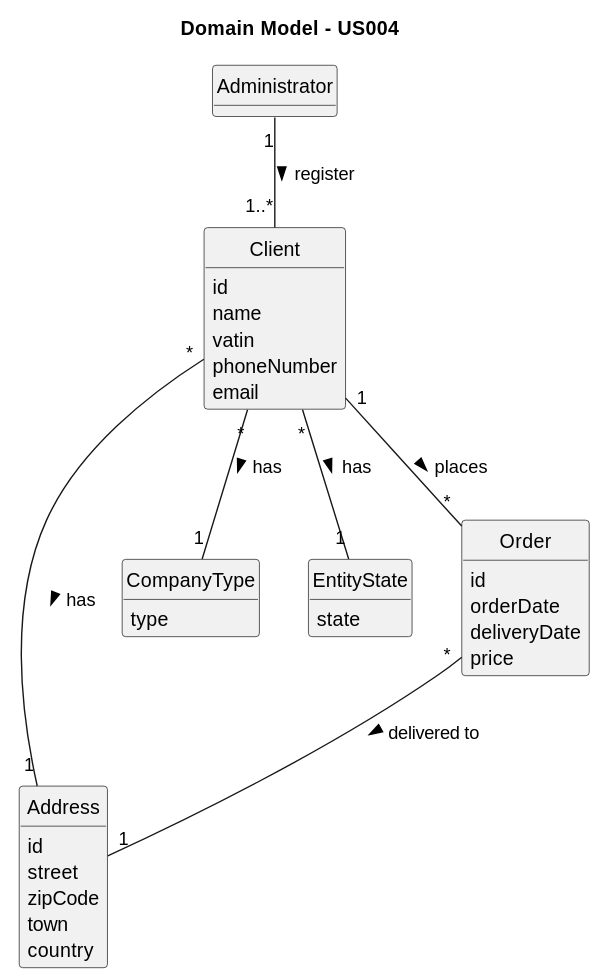
Before: documentation/user-stories/us004/02.analysis/svg/us004-domain-model.svg, a diagram exported from PlantUML (daniel41silva05/Production_Control_Industrial_ISEP).
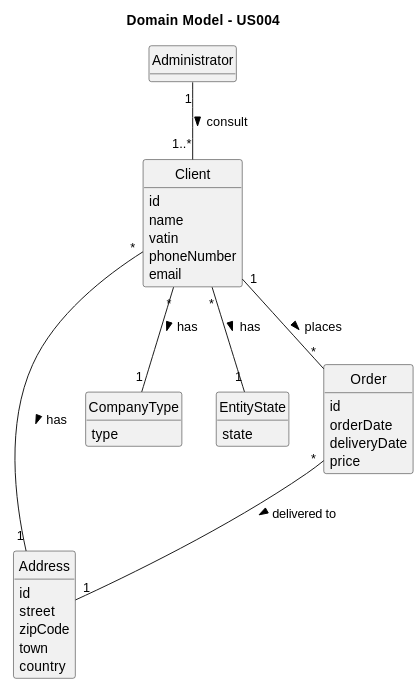
Above is the later version.

The edit, as a diff of the source:
```diff
@@ -44,7 +44,7 @@
     price
 }
 
-Administrator "1" -- "1..*" Client : register >
+Administrator "1" -- "1..*" Client : consult >
 Client "*" -- "1" Address : has >
 Client "*" -- "1" CompanyType : has >
 Client "*" -- "1" EntityState : has >
```
